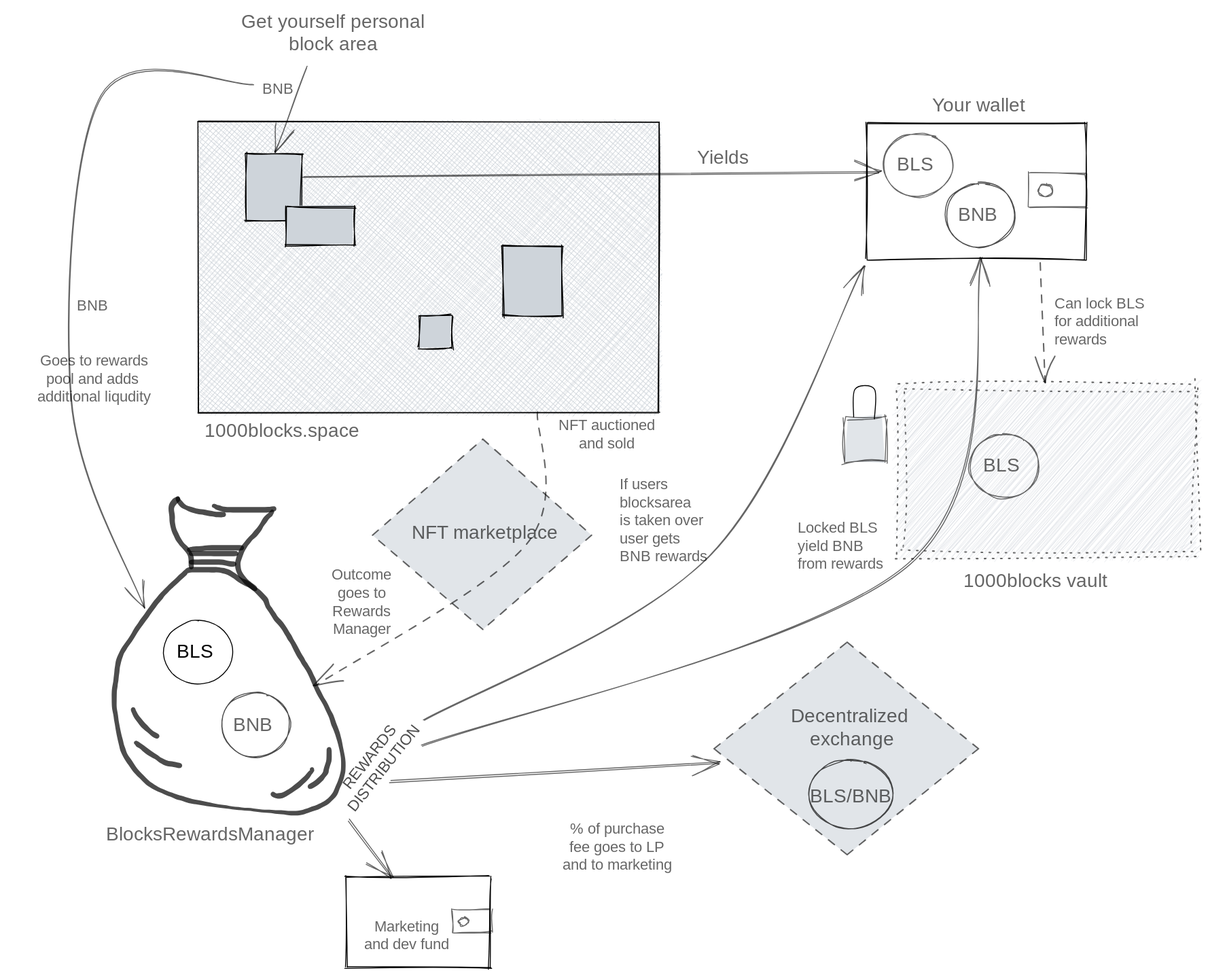
1000Blocks-space/smart-contracts keeps this Excalidraw diagram as Concept.svg. Above is the earlier version. Source tidied: one line per element, renumbered; positions are measured from the earlier drawing's top-left corner, leaving out a move shared by most shapes.
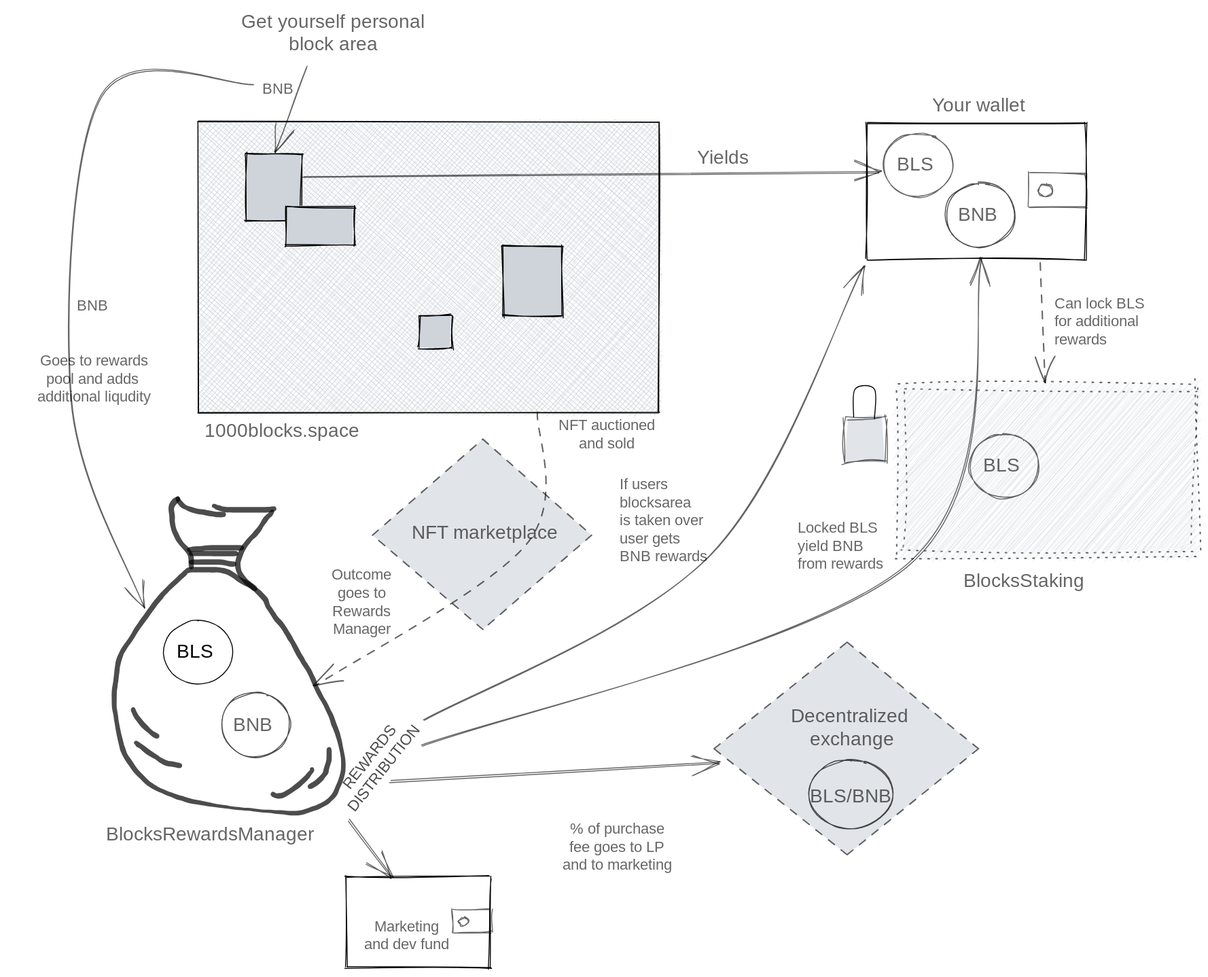
After the commit.

Diff of the diagram source:
```diff
@@ -36,7 +36,7 @@
 {"id": 35, "type": "rectangle", "strokeColor": "#000000", "backgroundColor": "#ced4da", "fillStyle": "hachure", "strokeWidth": 1, "strokeStyle": "dotted", "roughness": 2, "opacity": 60, "x": 932, "y": 392, "width": 318, "height": 183}
 {"id": 36, "type": "rectangle", "strokeColor": "#000000", "backgroundColor": "#ced4da", "fillStyle": "solid", "strokeWidth": 1, "roughness": 2, "opacity": 60, "x": 878, "y": 429, "width": 43, "height": 46}
 {"id": 37, "type": "line", "strokeColor": "#000000", "backgroundColor": "#ced4da", "fillStyle": "solid", "strokeWidth": 1, "roughness": 0, "x": 887, "y": 428, "width": 22, "height": 31, "points": [[0, 0], [1, -29], [22, -29], [22, 2]]}
-{"id": 38, "type": "text", "text": "1000blocks vault", "strokeColor": "#000000", "backgroundColor": "#ced4da", "fillStyle": "solid", "strokeWidth": 1, "roughness": 0, "opacity": 60, "fontSize": 20, "fontFamily": 3, "x": 1003, "y": 588, "width": 188, "height": 24}
+{"id": 38, "type": "text", "text": "BlocksStaking", "strokeColor": "#000000", "backgroundColor": "#ced4da", "fillStyle": "solid", "strokeWidth": 1, "roughness": 0, "opacity": 60, "fontSize": 20, "fontFamily": 3, "x": 1003, "y": 588, "width": 152, "height": 24}
 {"id": 39, "type": "ellipse", "strokeColor": "#000000", "strokeWidth": 1, "roughness": 1, "opacity": 60, "x": 1010, "y": 446, "width": 73, "height": 67}
 {"id": 40, "type": "text", "text": "BLS", "strokeColor": "#000000", "strokeWidth": 1, "roughness": 1, "opacity": 60, "fontSize": 20, "fontFamily": 3, "textAlign": "center", "verticalAlign": "middle", "x": 1026, "y": 466, "width": 35, "height": 24}
 {"id": 41, "type": "text", "text": "Can lock BLS\nfor additional\nrewards", "strokeColor": "#000000", "backgroundColor": "#ced4da", "fillStyle": "solid", "strokeWidth": 1, "strokeStyle": "dashed", "roughness": 0, "opacity": 60, "fontSize": 16, "fontFamily": 3, "x": 1099, "y": 299, "width": 131, "height": 57}
```
